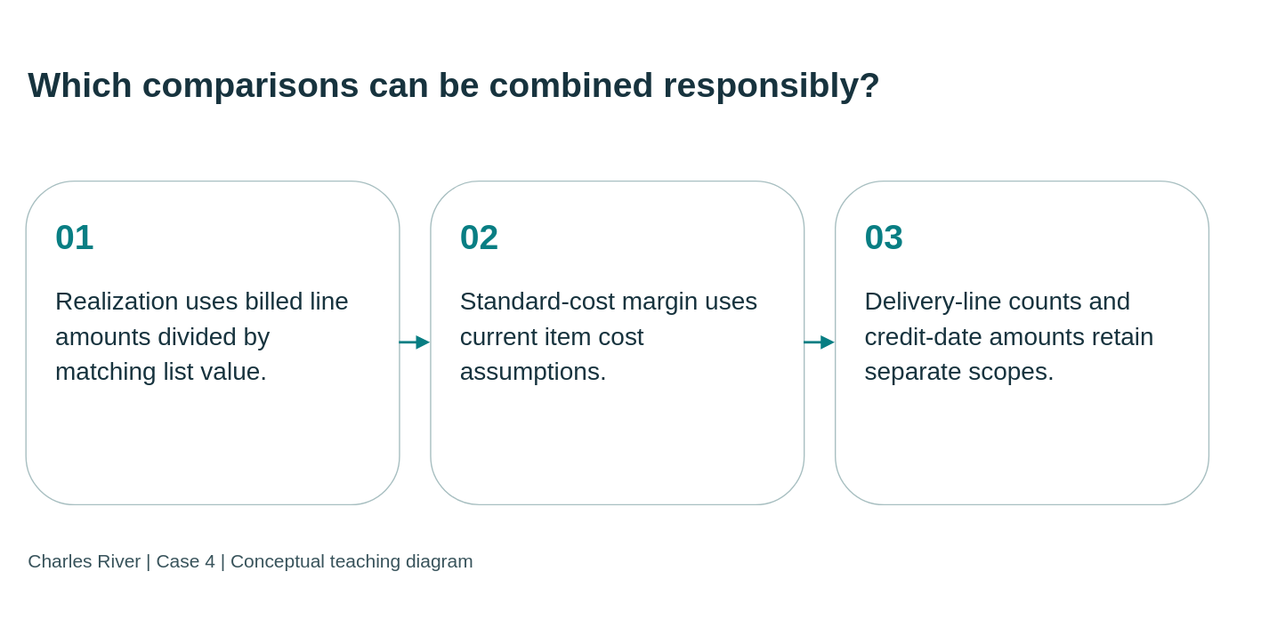
Above: static/diagrams/cases/case04-measures.svg in mmcodesso/CharlesRiver_Database (draw.io), before the change. Source tidied: cells renumbered, new cells last; positions are measured from the earlier drawing's top-left corner, leaving out a move shared by most shapes. Source of this version:
```xml
<mxGraphModel background="#f5f5ee">
  <root>
    <mxCell id="0" />
    <mxCell id="1" parent="0" />
    <mxCell id="2" value="Which comparisons can be combined responsibly?" style="text;html=0;strokeColor=none;fillColor=none;align=left;verticalAlign=middle;whiteSpace=wrap;fontSize=28;fontStyle=1;fontColor=#17333e;fontFamily=Arial;" parent="1" vertex="1">
      <mxGeometry width="950" height="95" as="geometry" />
    </mxCell>
    <mxCell id="3" value="&lt;div style=&quot;font-size:28px;color:#087e83;font-weight:bold;margin-bottom:20px&quot;&gt;01&lt;/div&gt;&lt;div style=&quot;font-size:20px;line-height:1.4&quot;&gt;Realization uses billed line amounts divided by matching list value.&lt;/div&gt;" style="rounded=1;whiteSpace=wrap;html=1;fillColor=#ffffff;strokeColor=#a8bfc1;fontColor=#17333e;align=left;verticalAlign=top;spacing=24;fontFamily=Arial;fontSize=20;" parent="1" vertex="1">
      <mxGeometry y="125" width="300" height="260" as="geometry" />
    </mxCell>
    <mxCell id="4" value="&lt;div style=&quot;font-size:28px;color:#087e83;font-weight:bold;margin-bottom:20px&quot;&gt;02&lt;/div&gt;&lt;div style=&quot;font-size:20px;line-height:1.4&quot;&gt;Standard-cost margin uses current item cost assumptions.&lt;/div&gt;" style="rounded=1;whiteSpace=wrap;html=1;fillColor=#ffffff;strokeColor=#a8bfc1;fontColor=#17333e;align=left;verticalAlign=top;spacing=24;fontFamily=Arial;fontSize=20;" parent="1" vertex="1">
      <mxGeometry x="325" y="125" width="300" height="260" as="geometry" />
    </mxCell>
    <mxCell id="5" value="&lt;div style=&quot;font-size:28px;color:#087e83;font-weight:bold;margin-bottom:20px&quot;&gt;03&lt;/div&gt;&lt;div style=&quot;font-size:20px;line-height:1.4&quot;&gt;Delivery-line counts and credit-date amounts retain separate scopes.&lt;/div&gt;" style="rounded=1;whiteSpace=wrap;html=1;fillColor=#ffffff;strokeColor=#a8bfc1;fontColor=#17333e;align=left;verticalAlign=top;spacing=24;fontFamily=Arial;fontSize=20;" parent="1" vertex="1">
      <mxGeometry x="650" y="125" width="300" height="260" as="geometry" />
    </mxCell>
    <mxCell id="6" style="edgeStyle=orthogonalEdgeStyle;rounded=0;html=1;endArrow=block;endFill=1;strokeColor=#087e83;strokeWidth=2;" parent="1" edge="1" source="3" target="4">
      <mxGeometry relative="1" as="geometry" />
    </mxCell>
    <mxCell id="7" style="edgeStyle=orthogonalEdgeStyle;rounded=0;html=1;endArrow=block;endFill=1;strokeColor=#087e83;strokeWidth=2;" parent="1" edge="1" source="4" target="5">
      <mxGeometry relative="1" as="geometry" />
    </mxCell>
    <mxCell id="8" value="Charles River | Case 4 | Conceptual teaching diagram" style="text;html=0;strokeColor=none;fillColor=none;align=left;fontSize=15;fontColor=#38535b;fontFamily=Arial;" parent="1" vertex="1">
      <mxGeometry y="415" width="950" height="35" as="geometry" />
    </mxCell>
  </root>
</mxGraphModel>
```
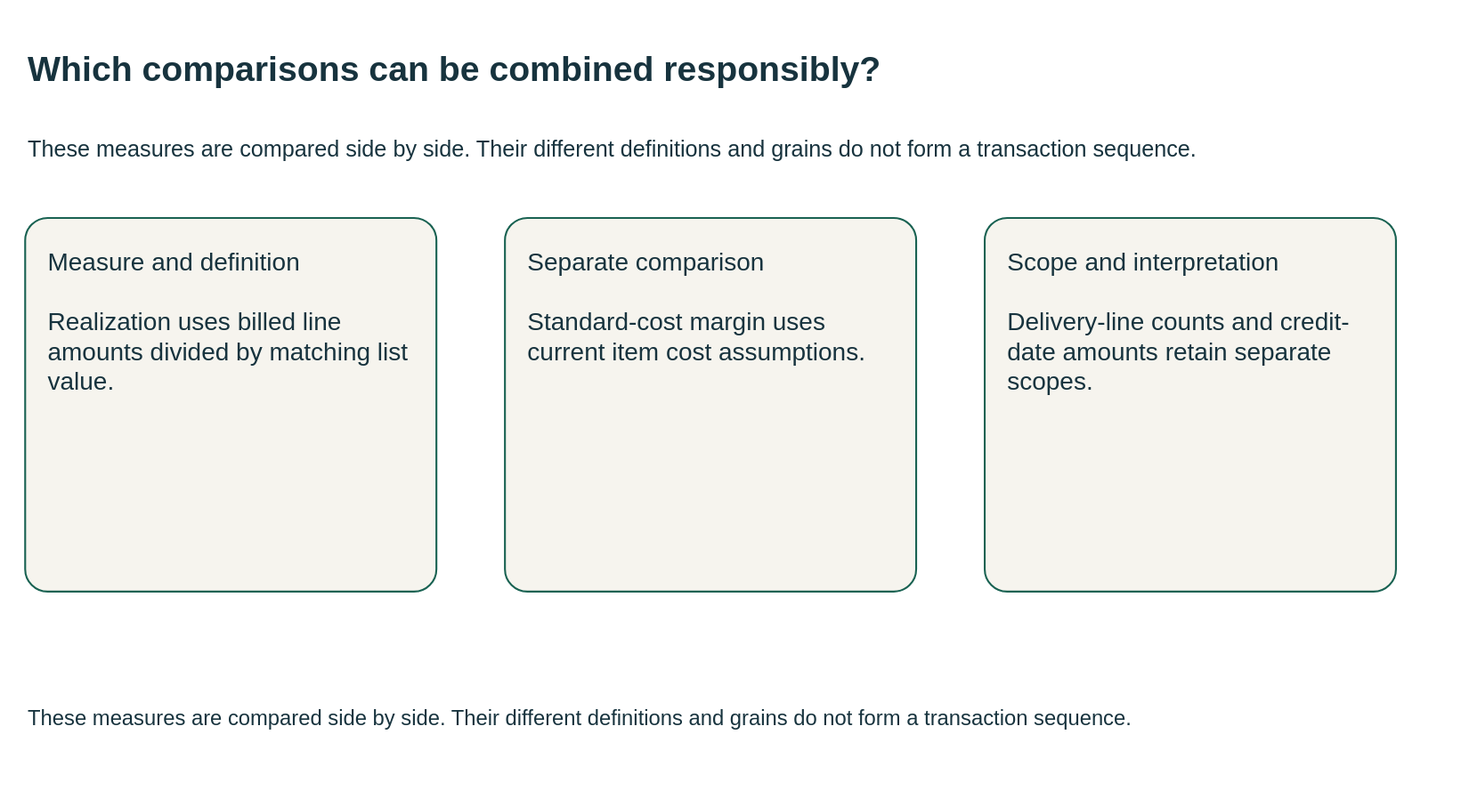
After the commit.

Diff of the diagram source:
```diff
@@ -1,27 +1,24 @@
-<mxGraphModel background="#f5f5ee">
+<mxGraphModel background="#FFFFFF">
   <root>
     <mxCell id="0" />
     <mxCell id="1" parent="0" />
-    <mxCell id="2" value="Which comparisons can be combined responsibly?" style="text;html=0;strokeColor=none;fillColor=none;align=left;verticalAlign=middle;whiteSpace=wrap;fontSize=28;fontStyle=1;fontColor=#17333e;fontFamily=Arial;" parent="1" vertex="1">
-      <mxGeometry width="950" height="95" as="geometry" />
+    <mxCell id="2" value="Which comparisons can be combined responsibly?" style="html=0;fontFamily=Arial;fontSize=20;fontColor=#17333e;strokeColor=#196252;strokeWidth=1.5;whiteSpace=wrap;text;strokeColor=none;fillColor=none;align=left;verticalAlign=middle;fontSize=28;fontStyle=1;" parent="1" vertex="1">
+      <mxGeometry y="-10" width="1110" height="70" as="geometry" />
     </mxCell>
+    <mxCell id="9" value="These measures are compared side by side. Their different definitions and grains do not form a transaction sequence." style="html=0;fontFamily=Arial;fontSize=20;fontColor=#17333e;strokeColor=#196252;strokeWidth=1.5;whiteSpace=wrap;text;strokeColor=none;fillColor=none;align=left;verticalAlign=middle;fontSize=18;fontStyle=0;" parent="1" vertex="1">
+      <mxGeometry y="62" width="1110" height="55" as="geometry" />
+    </mxCell>
-    <mxCell id="3" value="&lt;div style=&quot;font-size:28px;color:#087e83;font-weight:bold;margin-bottom:20px&quot;&gt;01&lt;/div&gt;&lt;div style=&quot;font-size:20px;line-height:1.4&quot;&gt;Realization uses billed line amounts divided by matching list value.&lt;/div&gt;" style="rounded=1;whiteSpace=wrap;html=1;fillColor=#ffffff;strokeColor=#a8bfc1;fontColor=#17333e;align=left;verticalAlign=top;spacing=24;fontFamily=Arial;fontSize=20;" parent="1" vertex="1">
-      <mxGeometry y="125" width="300" height="260" as="geometry" />
+    <mxCell id="3" value="Measure and definition&#10;&#10;Realization uses billed line amounts divided by matching list value." style="html=0;fontFamily=Arial;fontSize=20;fontColor=#17333e;strokeColor=#196252;strokeWidth=1.5;whiteSpace=wrap;rounded=1;arcSize=6;fillColor=#f6f4ee;align=left;verticalAlign=top;spacing=18;" parent="1" vertex="1">
+      <mxGeometry y="145" width="330" height="300" as="geometry" />
     </mxCell>
-    <mxCell id="4" value="&lt;div style=&quot;font-size:28px;color:#087e83;font-weight:bold;margin-bottom:20px&quot;&gt;02&lt;/div&gt;&lt;div style=&quot;font-size:20px;line-height:1.4&quot;&gt;Standard-cost margin uses current item cost assumptions.&lt;/div&gt;" style="rounded=1;whiteSpace=wrap;html=1;fillColor=#ffffff;strokeColor=#a8bfc1;fontColor=#17333e;align=left;verticalAlign=top;spacing=24;fontFamily=Arial;fontSize=20;" parent="1" vertex="1">
-      <mxGeometry x="325" y="125" width="300" height="260" as="geometry" />
+    <mxCell id="4" value="Separate comparison&#10;&#10;Standard-cost margin uses current item cost assumptions." style="html=0;fontFamily=Arial;fontSize=20;fontColor=#17333e;strokeColor=#196252;strokeWidth=1.5;whiteSpace=wrap;rounded=1;arcSize=6;fillColor=#f6f4ee;align=left;verticalAlign=top;spacing=18;" parent="1" vertex="1">
+      <mxGeometry x="385" y="145" width="330" height="300" as="geometry" />
     </mxCell>
-    <mxCell id="5" value="&lt;div style=&quot;font-size:28px;color:#087e83;font-weight:bold;margin-bottom:20px&quot;&gt;03&lt;/div&gt;&lt;div style=&quot;font-size:20px;line-height:1.4&quot;&gt;Delivery-line counts and credit-date amounts retain separate scopes.&lt;/div&gt;" style="rounded=1;whiteSpace=wrap;html=1;fillColor=#ffffff;strokeColor=#a8bfc1;fontColor=#17333e;align=left;verticalAlign=top;spacing=24;fontFamily=Arial;fontSize=20;" parent="1" vertex="1">
-      <mxGeometry x="650" y="125" width="300" height="260" as="geometry" />
+    <mxCell id="5" value="Scope and interpretation&#10;&#10;Delivery-line counts and credit-date amounts retain separate scopes." style="html=0;fontFamily=Arial;fontSize=20;fontColor=#17333e;strokeColor=#196252;strokeWidth=1.5;whiteSpace=wrap;rounded=1;arcSize=6;fillColor=#f6f4ee;align=left;verticalAlign=top;spacing=18;" parent="1" vertex="1">
+      <mxGeometry x="770" y="145" width="330" height="300" as="geometry" />
     </mxCell>
-    <mxCell id="6" style="edgeStyle=orthogonalEdgeStyle;rounded=0;html=1;endArrow=block;endFill=1;strokeColor=#087e83;strokeWidth=2;" parent="1" edge="1" source="3" target="4">
-      <mxGeometry relative="1" as="geometry" />
-    </mxCell>
-    <mxCell id="7" style="edgeStyle=orthogonalEdgeStyle;rounded=0;html=1;endArrow=block;endFill=1;strokeColor=#087e83;strokeWidth=2;" parent="1" edge="1" source="4" target="5">
-      <mxGeometry relative="1" as="geometry" />
-    </mxCell>
-    <mxCell id="8" value="Charles River | Case 4 | Conceptual teaching diagram" style="text;html=0;strokeColor=none;fillColor=none;align=left;fontSize=15;fontColor=#38535b;fontFamily=Arial;" parent="1" vertex="1">
-      <mxGeometry y="415" width="950" height="35" as="geometry" />
+    <mxCell id="8" value="These measures are compared side by side. Their different definitions and grains do not form a transaction sequence." style="html=0;fontFamily=Arial;fontSize=20;fontColor=#17333e;strokeColor=#196252;strokeWidth=1.5;whiteSpace=wrap;text;strokeColor=none;fillColor=none;align=left;verticalAlign=middle;fontSize=17;fontStyle=0;" parent="1" vertex="1">
+      <mxGeometry y="517" width="1110" height="60" as="geometry" />
     </mxCell>
   </root>
 </mxGraphModel>
```
